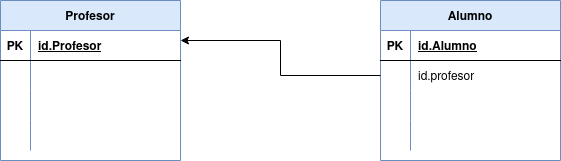
This is Tareas/Tema 3/Tarea 1/img/Tarea 1.drawio.png from JCarlosAR032/base-de-datos, a draw.io export, as it was before one commit. Source tidied: cells renumbered, new cells last; positions are measured from the earlier drawing's top-left corner, leaving out a move shared by most shapes.
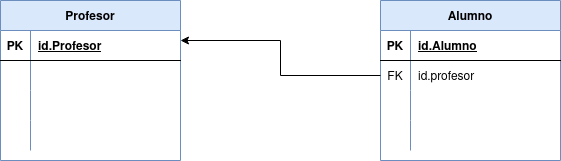
Later version of the same file.

Diff of the diagram source:
```diff
@@ -53,10 +53,10 @@
     <mxCell id="18" value="id.Alumno" style="shape=partialRectangle;fillColor=none;top=0;left=0;bottom=0;right=0;align=left;spacingLeft=6;fontStyle=5;overflow=hidden;" parent="16" vertex="1">
       <mxGeometry x="30" width="150" height="30" as="geometry" />
     </mxCell>
-    <mxCell id="19" style="shape=tableRow;horizontal=0;startSize=0;swimlaneHead=0;swimlaneBody=0;fillColor=none;points=[[0,0.5],[1,0.5]];portConstraint=eastwest;top=0;left=0;right=0;bottom=0;" parent="15" vertex="1">
+    <mxCell id="19" style="shape=tableRow;horizontal=0;startSize=0;swimlaneHead=0;swimlaneBody=0;fillColor=none;points=[[0,0.5],[1,0.5]];portConstraint=eastwest;top=0;left=0;right=0;bottom=0;verticalAlign=bottom;" parent="15" vertex="1">
       <mxGeometry y="60" width="180" height="30" as="geometry" />
     </mxCell>
-    <mxCell id="20" style="shape=partialRectangle;fillColor=none;top=0;left=0;bottom=0;right=0;overflow=hidden;" parent="19" vertex="1">
+    <mxCell id="20" value="FK" style="shape=partialRectangle;fillColor=none;top=0;left=0;bottom=0;right=0;overflow=hidden;" parent="19" vertex="1">
       <mxGeometry width="30" height="30" as="geometry" />
     </mxCell>
     <mxCell id="21" value="id.profesor" style="shape=partialRectangle;fillColor=none;top=0;left=0;bottom=0;right=0;align=left;spacingLeft=6;overflow=hidden;" parent="19" vertex="1">
```
